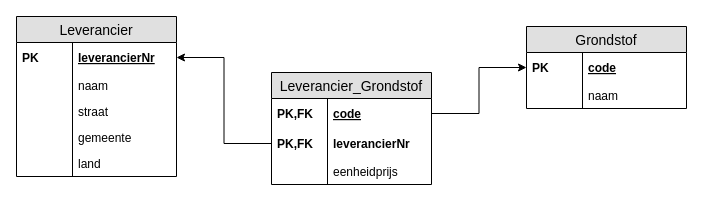
HOGENT-Databases/DB1-Workshops keeps this draw.io diagram as workshops/04-relationeel_model/solutions/exercise-2.drawio. Above is the earlier version. Source tidied: cells renumbered, new cells numbered last; positions are measured from the earlier drawing's top-left corner, leaving out a move shared by most shapes. Both pictures are drawn from the tidied source at 100%, with x=0, y=0 at pixel (16, 16).
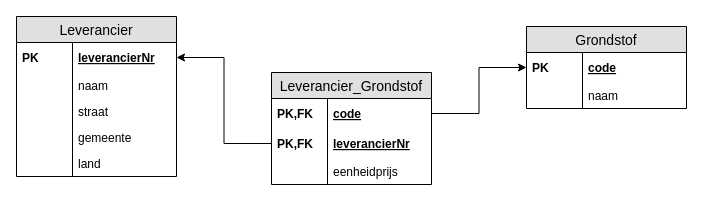
The same page after the edit.

Commit message (it also covers changes not shown here):
04 - 02 Aanduiden PK onderlijnen

Unchanged cells that the change refers to:
```xml
<mxCell id="13" value="Leverancier_Grondstof" style="swimlane;fontStyle=0;horizontal=1;startSize=26;fillColor=#e0e0e0;swimlaneFillColor=#ffffff;align=center;fontSize=14;" parent="1" vertex="1">
  <mxGeometry x="255" y="56" width="160" height="112" as="geometry" />
</mxCell>
```

What changed in the source:
```diff
@@
-    <mxCell id="16" value="leverancierNr" style="shape=partialRectangle;top=0;left=0;right=0;bottom=1;align=left;verticalAlign=middle;fillColor=none;spacingLeft=60;spacingRight=4;overflow=hidden;points=[[0,0.5],[1,0.5]];portConstraint=eastwest;fontStyle=1;fontSize=12;labelBorderColor=none;strokeColor=none;" parent="13" vertex="1">
+    <mxCell id="16" value="leverancierNr" style="shape=partialRectangle;top=0;left=0;right=0;bottom=1;align=left;verticalAlign=middle;fillColor=none;spacingLeft=60;spacingRight=4;overflow=hidden;points=[[0,0.5],[1,0.5]];portConstraint=eastwest;fontStyle=5;fontSize=12;labelBorderColor=none;strokeColor=none;" parent="13" vertex="1">
       <mxGeometry y="56" width="160" height="30" as="geometry" />
     </mxCell>
```
